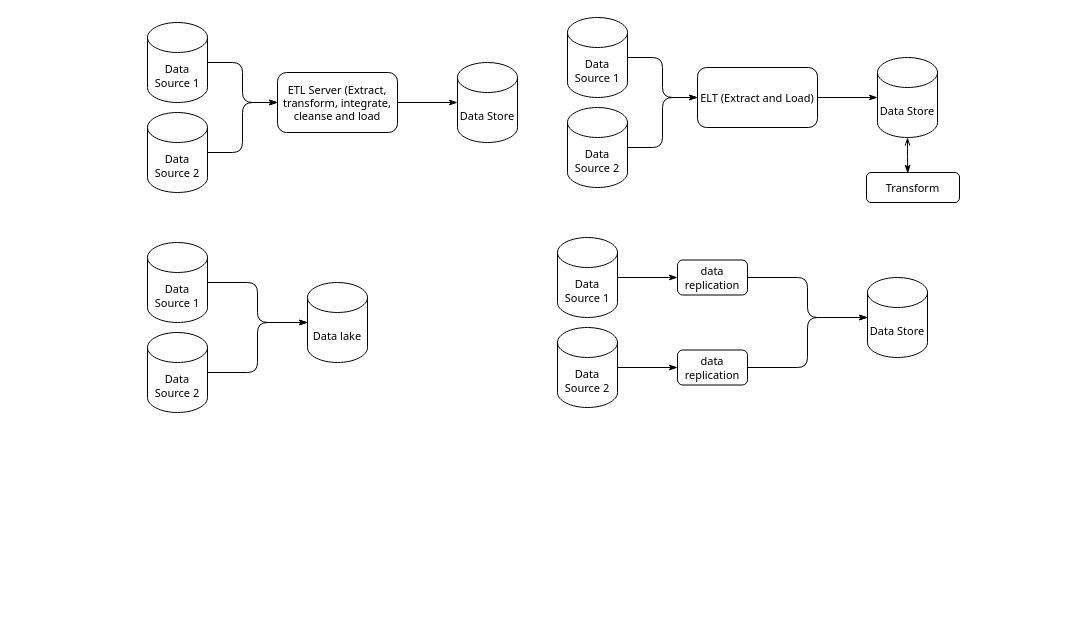
Above: page "Page-4" (4 of 4) of data virtualization.drawio in kanchantewary/MindMaps (draw.io), before the change. Source tidied: cells renumbered, new cells numbered last; positions are measured from the earlier drawing's top-left corner, leaving out a move shared by most shapes. Both pictures are drawn from the tidied source at 100%, with x=0, y=0 at pixel (147, 17).
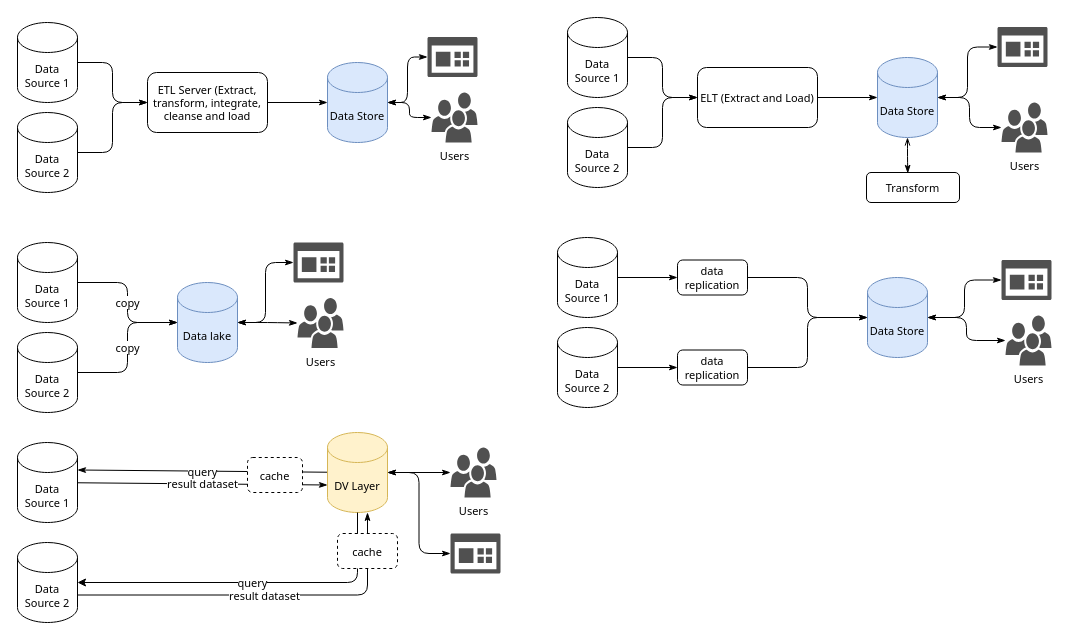
After the change.

Change to the diagram source:
```diff
@@
     <mxCell id="3" value="Data Source 1" style="shape=cylinder3;whiteSpace=wrap;html=1;boundedLbl=1;backgroundOutline=1;size=15;fontFamily=Tahoma;fontSize=11;" parent="1" vertex="1">
-      <mxGeometry y="5" width="60" height="80" as="geometry" />
+      <mxGeometry x="-130" y="5" width="60" height="80" as="geometry" />
     </mxCell>
@@
     <mxCell id="5" value="Data Source 2" style="shape=cylinder3;whiteSpace=wrap;html=1;boundedLbl=1;backgroundOutline=1;size=15;fontFamily=Tahoma;fontSize=11;" parent="1" vertex="1">
-      <mxGeometry y="95" width="60" height="80" as="geometry" />
+      <mxGeometry x="-130" y="95" width="60" height="80" as="geometry" />
     </mxCell>
@@
     <mxCell id="7" value="ETL Server (Extract, transform, integrate, cleanse and load" style="rounded=1;whiteSpace=wrap;html=1;fontFamily=Tahoma;fontSize=11;" parent="1" vertex="1">
-      <mxGeometry x="130" y="55" width="120" height="60" as="geometry" />
+      <mxGeometry y="55" width="120" height="60" as="geometry" />
     </mxCell>
+    <mxCell id="32" style="edgeStyle=orthogonalEdgeStyle;rounded=1;jettySize=auto;html=1;fontFamily=Tahoma;fontSize=11;startArrow=classicThin;startFill=1;endArrow=classicThin;endFill=1;" parent="1" edge="1" source="8" target="55">
+      <mxGeometry relative="1" as="geometry" />
+    </mxCell>
+    <mxCell id="33" style="edgeStyle=orthogonalEdgeStyle;rounded=1;jettySize=auto;html=1;entryX=0;entryY=0.5;entryDx=0;entryDy=0;entryPerimeter=0;fontFamily=Tahoma;fontSize=11;startArrow=classicThin;startFill=1;endArrow=classicThin;endFill=1;" parent="1" edge="1" source="8" target="56">
+      <mxGeometry relative="1" as="geometry" />
+    </mxCell>
-    <mxCell id="8" value="Data Store" style="shape=cylinder3;whiteSpace=wrap;html=1;boundedLbl=1;backgroundOutline=1;size=15;fontFamily=Tahoma;fontSize=11;" parent="1" vertex="1">
-      <mxGeometry x="310" y="45" width="60" height="80" as="geometry" />
+    <mxCell id="8" value="Data Store" style="shape=cylinder3;whiteSpace=wrap;html=1;boundedLbl=1;backgroundOutline=1;size=15;fontFamily=Tahoma;fontSize=11;fillColor=#dae8fc;strokeColor=#6c8ebf;" parent="1" vertex="1">
+      <mxGeometry x="180" y="45" width="60" height="80" as="geometry" />
     </mxCell>
@@
+    <mxCell id="34" style="edgeStyle=orthogonalEdgeStyle;rounded=1;jettySize=auto;html=1;entryX=0;entryY=0.5;entryDx=0;entryDy=0;entryPerimeter=0;fontFamily=Tahoma;fontSize=11;startArrow=classicThin;startFill=1;endArrow=classicThin;endFill=1;" parent="1" edge="1" source="16" target="58">
+      <mxGeometry relative="1" as="geometry" />
+    </mxCell>
+    <mxCell id="35" style="edgeStyle=orthogonalEdgeStyle;rounded=1;jettySize=auto;html=1;fontFamily=Tahoma;fontSize=11;startArrow=classicThin;startFill=1;endArrow=classicThin;endFill=1;" parent="1" edge="1" source="16" target="57">
+      <mxGeometry relative="1" as="geometry" />
+    </mxCell>
-    <mxCell id="16" value="Data Store" style="shape=cylinder3;whiteSpace=wrap;html=1;boundedLbl=1;backgroundOutline=1;size=15;fontFamily=Tahoma;fontSize=11;" parent="1" vertex="1">
+    <mxCell id="16" value="Data Store" style="shape=cylinder3;whiteSpace=wrap;html=1;boundedLbl=1;backgroundOutline=1;size=15;fontFamily=Tahoma;fontSize=11;fillColor=#dae8fc;strokeColor=#6c8ebf;" parent="1" vertex="1">
       <mxGeometry x="730" y="40" width="60" height="80" as="geometry" />
     </mxCell>
@@
-    <mxCell id="18" style="edgeStyle=orthogonalEdgeStyle;rounded=1;jettySize=auto;html=1;fontFamily=Tahoma;fontSize=11;endArrow=classicThin;endFill=1;" parent="1" edge="1" source="19" target="22">
+    <mxCell id="18" value="copy" style="edgeStyle=orthogonalEdgeStyle;rounded=1;jettySize=auto;html=1;fontFamily=Tahoma;fontSize=11;endArrow=classicThin;endFill=1;" parent="1" edge="1" source="19" target="22">
       <mxGeometry relative="1" as="geometry" />
     </mxCell>
     <mxCell id="19" value="Data Source 1" style="shape=cylinder3;whiteSpace=wrap;html=1;boundedLbl=1;backgroundOutline=1;size=15;fontFamily=Tahoma;fontSize=11;" parent="1" vertex="1">
-      <mxGeometry y="225" width="60" height="80" as="geometry" />
+      <mxGeometry x="-130" y="225" width="60" height="80" as="geometry" />
     </mxCell>
-    <mxCell id="20" style="edgeStyle=orthogonalEdgeStyle;rounded=1;jettySize=auto;html=1;fontFamily=Tahoma;fontSize=11;endArrow=classicThin;endFill=1;" parent="1" edge="1" source="21" target="22">
+    <mxCell id="20" value="copy" style="edgeStyle=orthogonalEdgeStyle;rounded=1;jettySize=auto;html=1;fontFamily=Tahoma;fontSize=11;endArrow=classicThin;endFill=1;" parent="1" edge="1" source="21" target="22">
       <mxGeometry relative="1" as="geometry" />
     </mxCell>
     <mxCell id="21" value="Data Source 2" style="shape=cylinder3;whiteSpace=wrap;html=1;boundedLbl=1;backgroundOutline=1;size=15;fontFamily=Tahoma;fontSize=11;" parent="1" vertex="1">
-      <mxGeometry y="315" width="60" height="80" as="geometry" />
+      <mxGeometry x="-130" y="315" width="60" height="80" as="geometry" />
     </mxCell>
+    <mxCell id="36" style="edgeStyle=orthogonalEdgeStyle;rounded=1;jettySize=auto;html=1;fontFamily=Tahoma;fontSize=11;startArrow=classicThin;startFill=1;endArrow=classicThin;endFill=1;" parent="1" edge="1" source="22" target="52">
+      <mxGeometry relative="1" as="geometry" />
+    </mxCell>
+    <mxCell id="37" style="edgeStyle=orthogonalEdgeStyle;rounded=1;jettySize=auto;html=1;entryX=0;entryY=0.5;entryDx=0;entryDy=0;entryPerimeter=0;fontFamily=Tahoma;fontSize=11;startArrow=classicThin;startFill=1;endArrow=classicThin;endFill=1;" parent="1" edge="1" source="22" target="53">
+      <mxGeometry relative="1" as="geometry" />
+    </mxCell>
-    <mxCell id="22" value="Data lake" style="shape=cylinder3;whiteSpace=wrap;html=1;boundedLbl=1;backgroundOutline=1;size=15;fontFamily=Tahoma;fontSize=11;" parent="1" vertex="1">
-      <mxGeometry x="160" y="265" width="60" height="80" as="geometry" />
+    <mxCell id="22" value="Data lake" style="shape=cylinder3;whiteSpace=wrap;html=1;boundedLbl=1;backgroundOutline=1;size=15;fontFamily=Tahoma;fontSize=11;fillColor=#dae8fc;strokeColor=#6c8ebf;" parent="1" vertex="1">
+      <mxGeometry x="30" y="265" width="60" height="80" as="geometry" />
     </mxCell>
@@
+    <mxCell id="38" style="edgeStyle=orthogonalEdgeStyle;rounded=1;jettySize=auto;html=1;fontFamily=Tahoma;fontSize=11;startArrow=classicThin;startFill=1;endArrow=classicThin;endFill=1;" parent="1" edge="1" source="29" target="59">
+      <mxGeometry relative="1" as="geometry" />
+    </mxCell>
+    <mxCell id="39" style="edgeStyle=orthogonalEdgeStyle;rounded=1;jettySize=auto;html=1;entryX=0;entryY=0.5;entryDx=0;entryDy=0;entryPerimeter=0;fontFamily=Tahoma;fontSize=11;startArrow=classicThin;startFill=1;endArrow=classicThin;endFill=1;" parent="1" edge="1" source="29" target="60">
+      <mxGeometry relative="1" as="geometry" />
+    </mxCell>
-    <mxCell id="29" value="Data Store" style="shape=cylinder3;whiteSpace=wrap;html=1;boundedLbl=1;backgroundOutline=1;size=15;fontFamily=Tahoma;fontSize=11;" parent="1" vertex="1">
+    <mxCell id="29" value="Data Store" style="shape=cylinder3;whiteSpace=wrap;html=1;boundedLbl=1;backgroundOutline=1;size=15;fontFamily=Tahoma;fontSize=11;fillColor=#dae8fc;strokeColor=#6c8ebf;" parent="1" vertex="1">
       <mxGeometry x="720" y="260" width="60" height="80" as="geometry" />
     </mxCell>
@@
+    <mxCell id="40" value="result dataset" style="rounded=1;jettySize=auto;html=1;fontFamily=Tahoma;fontSize=11;endArrow=classicThin;endFill=1;startArrow=none;startFill=0;entryX=0;entryY=0;entryDx=0;entryDy=52.5;entryPerimeter=0;" parent="1" edge="1" source="41" target="46">
+      <mxGeometry relative="1" as="geometry" />
+    </mxCell>
+    <mxCell id="41" value="Data Source 1" style="shape=cylinder3;whiteSpace=wrap;html=1;boundedLbl=1;backgroundOutline=1;size=15;fontFamily=Tahoma;fontSize=11;" parent="1" vertex="1">
+      <mxGeometry x="-130" y="425" width="60" height="80" as="geometry" />
+    </mxCell>
+    <mxCell id="42" value="Data Source 2" style="shape=cylinder3;whiteSpace=wrap;html=1;boundedLbl=1;backgroundOutline=1;size=15;fontFamily=Tahoma;fontSize=11;" parent="1" vertex="1">
+      <mxGeometry x="-130" y="525" width="60" height="80" as="geometry" />
+    </mxCell>
+    <mxCell id="43" value="query" style="edgeStyle=none;rounded=1;jettySize=auto;html=1;entryX=1;entryY=0;entryDx=0;entryDy=27.5;entryPerimeter=0;fontFamily=Tahoma;fontSize=11;startArrow=none;startFill=0;endArrow=classicThin;endFill=1;" parent="1" edge="1" source="46" target="41">
+      <mxGeometry relative="1" as="geometry" />
+    </mxCell>
+    <mxCell id="44" value="result dataset" style="edgeStyle=orthogonalEdgeStyle;rounded=1;jettySize=auto;html=1;entryX=1;entryY=0;entryDx=0;entryDy=52.5;entryPerimeter=0;fontFamily=Tahoma;fontSize=11;startArrow=classicThin;startFill=1;endArrow=none;endFill=0;" parent="1" edge="1" source="46" target="42">
+      <mxGeometry relative="1" as="geometry">
+        <Array as="points">
+          <mxPoint x="220" y="578" />
+        </Array>
+      </mxGeometry>
+    </mxCell>
+    <mxCell id="45" style="edgeStyle=orthogonalEdgeStyle;rounded=1;jettySize=auto;html=1;entryX=0;entryY=0.5;entryDx=0;entryDy=0;entryPerimeter=0;fontFamily=Tahoma;fontSize=11;startArrow=classicThin;startFill=1;endArrow=classicThin;endFill=1;" parent="1" edge="1" source="46" target="54">
+      <mxGeometry relative="1" as="geometry" />
+    </mxCell>
+    <mxCell id="46" value="DV Layer" style="shape=cylinder3;whiteSpace=wrap;html=1;boundedLbl=1;backgroundOutline=1;size=15;fontFamily=Tahoma;fontSize=11;fillColor=#fff2cc;strokeColor=#d6b656;" parent="1" vertex="1">
+      <mxGeometry x="180" y="415" width="60" height="80" as="geometry" />
+    </mxCell>
+    <mxCell id="47" style="edgeStyle=orthogonalEdgeStyle;rounded=1;jettySize=auto;html=1;entryX=1;entryY=0.5;entryDx=0;entryDy=0;entryPerimeter=0;fontFamily=Tahoma;fontSize=11;startArrow=classicThin;startFill=1;endArrow=classicThin;endFill=1;" parent="1" edge="1" source="48" target="46">
+      <mxGeometry relative="1" as="geometry" />
+    </mxCell>
+    <mxCell id="48" value="Users" style="sketch=0;shadow=0;dashed=0;html=1;strokeColor=none;fillColor=#505050;labelPosition=center;verticalLabelPosition=bottom;verticalAlign=top;outlineConnect=0;align=center;shape=mxgraph.office.users.users;fontFamily=Tahoma;fontSize=11;" parent="1" vertex="1">
+      <mxGeometry x="303" y="430" width="46" height="50" as="geometry" />
+    </mxCell>
+    <mxCell id="49" value="query" style="rounded=1;jettySize=auto;html=1;fontFamily=Tahoma;fontSize=11;endArrow=none;endFill=0;startArrow=classic;startFill=1;edgeStyle=orthogonalEdgeStyle;" parent="1" edge="1" source="42" target="46">
+      <mxGeometry relative="1" as="geometry">
+        <Array as="points">
+          <mxPoint x="210" y="565" />
+        </Array>
+      </mxGeometry>
+    </mxCell>
+    <mxCell id="50" value="cache" style="rounded=1;whiteSpace=wrap;html=1;fontFamily=Tahoma;fontSize=11;dashed=1;" parent="1" vertex="1">
+      <mxGeometry x="190" y="516" width="60" height="35" as="geometry" />
+    </mxCell>
+    <mxCell id="51" value="cache" style="rounded=1;whiteSpace=wrap;html=1;fontFamily=Tahoma;fontSize=11;dashed=1;" parent="1" vertex="1">
+      <mxGeometry x="100" y="440" width="55" height="35" as="geometry" />
+    </mxCell>
+    <mxCell id="52" value="Users" style="sketch=0;shadow=0;dashed=0;html=1;strokeColor=none;fillColor=#505050;labelPosition=center;verticalLabelPosition=bottom;verticalAlign=top;outlineConnect=0;align=center;shape=mxgraph.office.users.users;fontFamily=Tahoma;fontSize=11;" parent="1" vertex="1">
+      <mxGeometry x="150" y="280.5" width="46" height="50" as="geometry" />
+    </mxCell>
+    <mxCell id="53" style="sketch=0;shadow=0;dashed=0;html=1;strokeColor=none;labelPosition=center;verticalLabelPosition=bottom;verticalAlign=top;align=center;fillColor=#505050;shape=mxgraph.mscae.intune.dashboard;fontFamily=Tahoma;fontSize=11;" parent="1" vertex="1">
+      <mxGeometry x="146" y="225" width="50" height="40" as="geometry" />
+    </mxCell>
+    <mxCell id="54" style="sketch=0;shadow=0;dashed=0;html=1;strokeColor=none;labelPosition=center;verticalLabelPosition=bottom;verticalAlign=top;align=center;fillColor=#505050;shape=mxgraph.mscae.intune.dashboard;fontFamily=Tahoma;fontSize=11;" parent="1" vertex="1">
+      <mxGeometry x="303" y="516" width="50" height="40" as="geometry" />
+    </mxCell>
+    <mxCell id="55" value="Users" style="sketch=0;shadow=0;dashed=0;html=1;strokeColor=none;fillColor=#505050;labelPosition=center;verticalLabelPosition=bottom;verticalAlign=top;outlineConnect=0;align=center;shape=mxgraph.office.users.users;fontFamily=Tahoma;fontSize=11;" parent="1" vertex="1">
+      <mxGeometry x="284" y="75" width="46" height="50" as="geometry" />
+    </mxCell>
+    <mxCell id="56" style="sketch=0;shadow=0;dashed=0;html=1;strokeColor=none;labelPosition=center;verticalLabelPosition=bottom;verticalAlign=top;align=center;fillColor=#505050;shape=mxgraph.mscae.intune.dashboard;fontFamily=Tahoma;fontSize=11;" parent="1" vertex="1">
+      <mxGeometry x="280" y="19.5" width="50" height="40" as="geometry" />
+    </mxCell>
+    <mxCell id="57" value="Users" style="sketch=0;shadow=0;dashed=0;html=1;strokeColor=none;fillColor=#505050;labelPosition=center;verticalLabelPosition=bottom;verticalAlign=top;outlineConnect=0;align=center;shape=mxgraph.office.users.users;fontFamily=Tahoma;fontSize=11;" parent="1" vertex="1">
+      <mxGeometry x="854" y="85" width="46" height="50" as="geometry" />
+    </mxCell>
+    <mxCell id="58" style="sketch=0;shadow=0;dashed=0;html=1;strokeColor=none;labelPosition=center;verticalLabelPosition=bottom;verticalAlign=top;align=center;fillColor=#505050;shape=mxgraph.mscae.intune.dashboard;fontFamily=Tahoma;fontSize=11;" parent="1" vertex="1">
+      <mxGeometry x="850" y="9.5" width="50" height="40" as="geometry" />
+    </mxCell>
+    <mxCell id="59" value="Users" style="sketch=0;shadow=0;dashed=0;html=1;strokeColor=none;fillColor=#505050;labelPosition=center;verticalLabelPosition=bottom;verticalAlign=top;outlineConnect=0;align=center;shape=mxgraph.office.users.users;fontFamily=Tahoma;fontSize=11;" parent="1" vertex="1">
+      <mxGeometry x="858" y="298" width="46" height="50" as="geometry" />
+    </mxCell>
+    <mxCell id="60" style="sketch=0;shadow=0;dashed=0;html=1;strokeColor=none;labelPosition=center;verticalLabelPosition=bottom;verticalAlign=top;align=center;fillColor=#505050;shape=mxgraph.mscae.intune.dashboard;fontFamily=Tahoma;fontSize=11;" parent="1" vertex="1">
+      <mxGeometry x="854" y="242.5" width="50" height="40" as="geometry" />
+    </mxCell>
```
